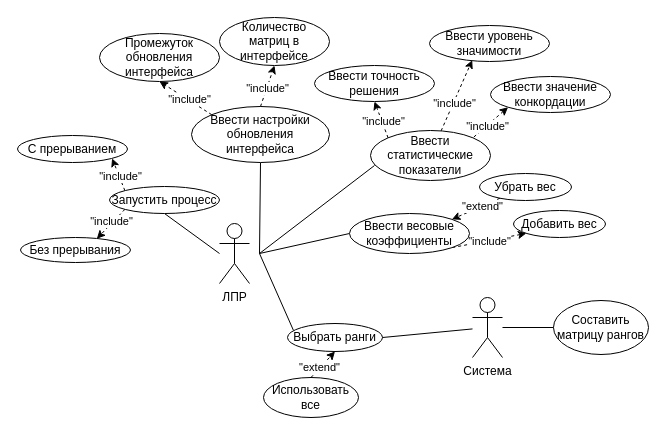
Earlier version of the draw.io diagram draw_io/useCase.drawio (Dimj1k/Works). Source tidied: cells renumbered, new cells numbered last; positions are measured from the earlier drawing's top-left corner, leaving out a move shared by most shapes. Both pictures are drawn from the tidied source at 100%, with x=0, y=0 at pixel (17, 17).
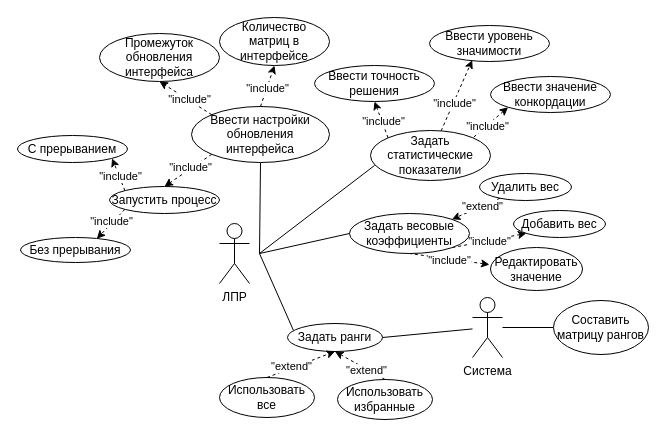
Above is the later version.

Unchanged cells that the change refers to:
```xml
<mxCell id="25" value="Ввести настройки обновления интерфейса" style="ellipse;whiteSpace=wrap;html=1;" parent="1" vertex="1">
  <mxGeometry x="174" y="89" width="138" height="56" as="geometry" />
</mxCell>
<mxCell id="31" value="Запустить процесс" style="ellipse;whiteSpace=wrap;html=1;" parent="1" vertex="1">
  <mxGeometry x="92" y="169" width="110" height="27" as="geometry" />
</mxCell>
```

What changed in the source:
```diff
@@
-    <mxCell id="6" value="Ввести статистические показатели" style="ellipse;whiteSpace=wrap;html=1;" parent="1" vertex="1">
+    <mxCell id="6" value="Задать&lt;br&gt;статистические показатели" style="ellipse;whiteSpace=wrap;html=1;" parent="1" vertex="1">
       <mxGeometry x="353" y="113" width="120" height="50" as="geometry" />
     </mxCell>
@@
-    <mxCell id="13" value="Выбрать ранги" style="ellipse;whiteSpace=wrap;html=1;" parent="1" vertex="1">
+    <mxCell id="13" value="Задать ранги" style="ellipse;whiteSpace=wrap;html=1;" parent="1" vertex="1">
       <mxGeometry x="270" y="306" width="95" height="28" as="geometry" />
     </mxCell>
-    <mxCell id="14" value="Убрать вес" style="ellipse;whiteSpace=wrap;html=1;" parent="1" vertex="1">
+    <mxCell id="14" value="Удалить вес" style="ellipse;whiteSpace=wrap;html=1;" parent="1" vertex="1">
       <mxGeometry x="462" y="156" width="92" height="27" as="geometry" />
     </mxCell>
@@
-    <mxCell id="18" value="Ввести весовые&lt;br&gt;коэффициенты" style="ellipse;whiteSpace=wrap;html=1;" parent="1" vertex="1">
+    <mxCell id="18" value="Задать весовые&lt;br&gt;коэффициенты" style="ellipse;whiteSpace=wrap;html=1;" parent="1" vertex="1">
       <mxGeometry x="332" y="196" width="120" height="40" as="geometry" />
     </mxCell>
     <mxCell id="19" value="Использовать все" style="ellipse;whiteSpace=wrap;html=1;" parent="1" vertex="1">
-      <mxGeometry x="246" y="360" width="95" height="40" as="geometry" />
+      <mxGeometry x="202" y="360" width="95" height="40" as="geometry" />
     </mxCell>
@@
-    <mxCell id="30" style="endArrow=none;html=1;rounded=0;endFill=0;entryX=0.5;entryY=1;entryDx=0;entryDy=0;" parent="1" edge="1" target="31">
-      <mxGeometry relative="1" as="geometry">
-        <mxPoint x="202" y="236" as="sourcePoint" />
-      </mxGeometry>
-    </mxCell>
@@
+    <mxCell id="37" value="Использовать&lt;br&gt;избранные" style="ellipse;whiteSpace=wrap;html=1;" parent="1" vertex="1">
+      <mxGeometry x="320" y="362" width="95" height="40" as="geometry" />
+    </mxCell>
+    <mxCell id="38" value="&quot;extend&quot;" style="rounded=0;jettySize=auto;html=1;entryX=0.5;entryY=1;entryDx=0;entryDy=0;dashed=1;exitX=0.5;exitY=0;exitDx=0;exitDy=0;" parent="1" edge="1" source="37" target="13">
+      <mxGeometry x="-0.26" y="1" relative="1" as="geometry" />
+    </mxCell>
+    <mxCell id="39" value="Редактировать значение" style="ellipse;whiteSpace=wrap;html=1;" parent="1" vertex="1">
+      <mxGeometry x="473" y="230" width="92" height="43" as="geometry" />
+    </mxCell>
+    <mxCell id="40" value="&quot;include&quot;" style="rounded=0;jettySize=auto;html=1;exitX=-0.011;exitY=0.397;exitDx=0;exitDy=0;entryX=0.5;entryY=1;entryDx=0;entryDy=0;endArrow=none;endFill=0;dashed=1;startArrow=classic;startFill=1;exitPerimeter=0;" parent="1" edge="1" source="39" target="18">
+      <mxGeometry y="1" relative="1" as="geometry" />
+    </mxCell>
+    <mxCell id="41" value="&quot;include&quot;" style="rounded=0;jettySize=auto;html=1;exitX=0;exitY=1;exitDx=0;exitDy=0;dashed=1;entryX=0.5;entryY=0;entryDx=0;entryDy=0;" parent="1" edge="1" source="25" target="31">
+      <mxGeometry x="-0.13" y="-1" relative="1" as="geometry" />
+    </mxCell>
```
